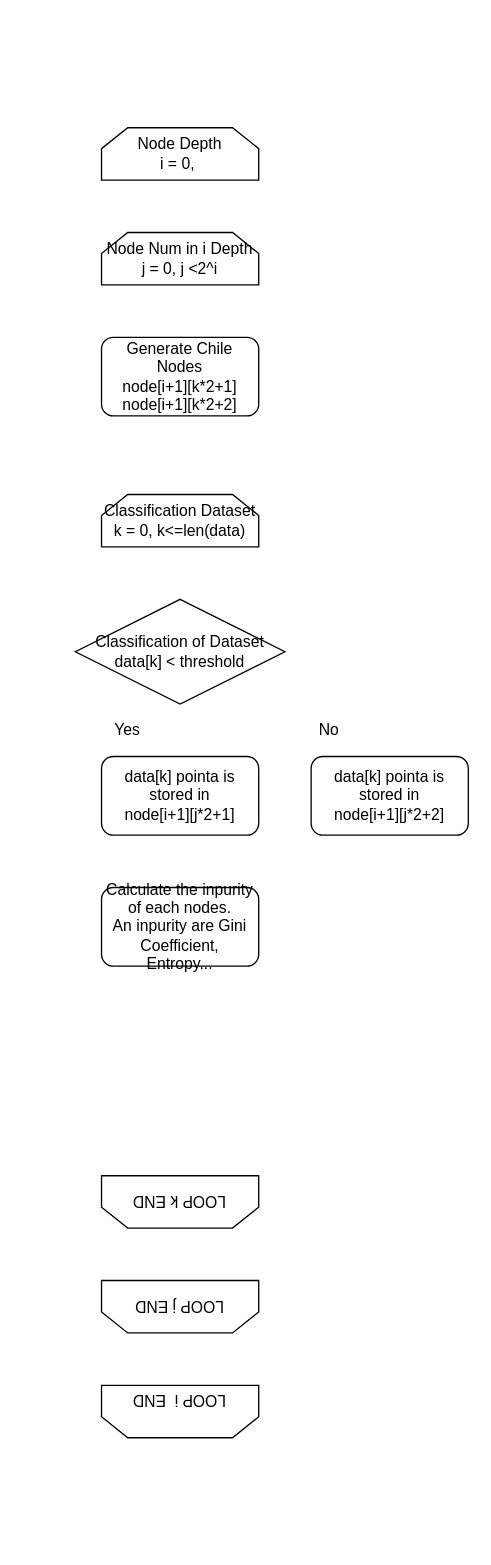
daichi213/golang_ml keeps this draw.io diagram as api/note/decisionTree.drawio. Above is the earlier version. Source tidied: cells renumbered, new cells numbered last; positions are measured from the earlier drawing's top-left corner, leaving out a move shared by most shapes. Both pictures are drawn from the tidied source at 131%, with x=0, y=0 at pixel (75, 127).
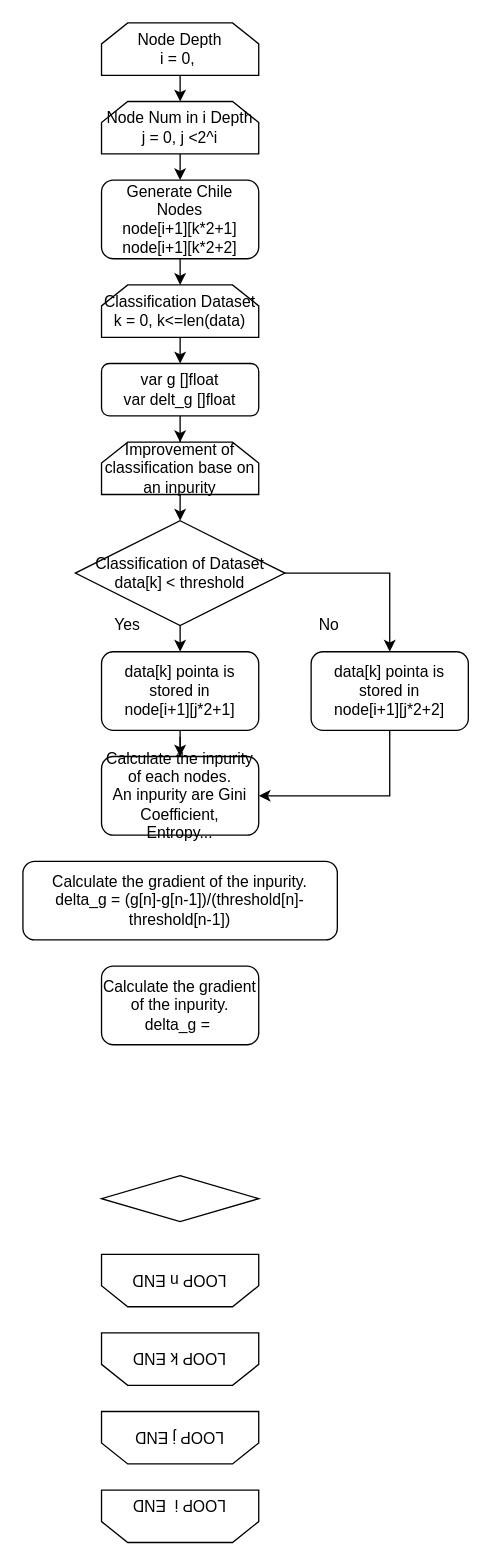
Above is the later version.

Commit message:
flow chat update

Change to the diagram source:
```diff
@@
+    <mxCell id="15" style="edgeStyle=orthogonalEdgeStyle;rounded=0;jettySize=auto;html=1;exitX=0.5;exitY=1;exitDx=0;exitDy=0;entryX=0.5;entryY=0;entryDx=0;entryDy=0;" parent="1" edge="1" source="2" target="8">
+      <mxGeometry relative="1" as="geometry" />
+    </mxCell>
     <mxCell id="2" value="Generate Chile Nodes&lt;br&gt;node[i+1][k*2+1]&lt;br&gt;node[i+1][k*2+2]" style="rounded=1;whiteSpace=wrap;html=1;" parent="1" vertex="1">
-      <mxGeometry x="20" y="160" width="120" height="60" as="geometry" />
+      <mxGeometry x="20" y="40" width="120" height="60" as="geometry" />
     </mxCell>
+    <mxCell id="16" style="edgeStyle=orthogonalEdgeStyle;rounded=0;jettySize=auto;html=1;exitX=0.5;exitY=1;exitDx=0;exitDy=0;entryX=0.5;entryY=0;entryDx=0;entryDy=0;" parent="1" edge="1" source="3" target="5">
+      <mxGeometry relative="1" as="geometry" />
+    </mxCell>
     <mxCell id="3" value="Node Depth&lt;br&gt;i = 0,&amp;nbsp;" style="shape=loopLimit;whiteSpace=wrap;html=1;" parent="1" vertex="1">
-      <mxGeometry x="20" width="120" height="40" as="geometry" />
+      <mxGeometry x="20" y="-80" width="120" height="40" as="geometry" />
     </mxCell>
     <mxCell id="4" value="&lt;br&gt;LOOP i&amp;nbsp; END" style="shape=loopLimit;whiteSpace=wrap;html=1;rotation=-180;" parent="1" vertex="1">
-      <mxGeometry x="20" y="960" width="120" height="40" as="geometry" />
+      <mxGeometry x="20" y="1040" width="120" height="40" as="geometry" />
     </mxCell>
+    <mxCell id="17" style="edgeStyle=orthogonalEdgeStyle;rounded=0;jettySize=auto;html=1;exitX=0.5;exitY=1;exitDx=0;exitDy=0;entryX=0.5;entryY=0;entryDx=0;entryDy=0;" parent="1" edge="1" source="5" target="2">
+      <mxGeometry relative="1" as="geometry" />
+    </mxCell>
     <mxCell id="5" value="Node Num in i Depth&lt;br&gt;j = 0, j &amp;lt;2^i" style="shape=loopLimit;whiteSpace=wrap;html=1;" parent="1" vertex="1">
-      <mxGeometry x="20" y="80" width="120" height="40" as="geometry" />
+      <mxGeometry x="20" y="-20" width="120" height="40" as="geometry" />
     </mxCell>
     <mxCell id="6" value="LOOP j END" style="shape=loopLimit;whiteSpace=wrap;html=1;rotation=-180;" parent="1" vertex="1">
-      <mxGeometry x="20" y="880" width="120" height="40" as="geometry" />
+      <mxGeometry x="20" y="980" width="120" height="40" as="geometry" />
     </mxCell>
+    <mxCell id="18" style="edgeStyle=orthogonalEdgeStyle;rounded=0;jettySize=auto;html=1;exitX=0.5;exitY=1;exitDx=0;exitDy=0;entryX=1;entryY=0.5;entryDx=0;entryDy=0;" parent="1" edge="1" source="7" target="14">
+      <mxGeometry relative="1" as="geometry" />
+    </mxCell>
     <mxCell id="7" value="data[k] pointa is stored in&lt;br&gt;node[i+1][j*2+2]" style="rounded=1;whiteSpace=wrap;html=1;" parent="1" vertex="1">
-      <mxGeometry x="180" y="480" width="120" height="60" as="geometry" />
+      <mxGeometry x="180" y="400" width="120" height="60" as="geometry" />
     </mxCell>
+    <mxCell id="19" style="edgeStyle=orthogonalEdgeStyle;rounded=0;jettySize=auto;html=1;exitX=0.5;exitY=1;exitDx=0;exitDy=0;entryX=0.5;entryY=0;entryDx=0;entryDy=0;" parent="1" edge="1" source="8" target="31">
+      <mxGeometry relative="1" as="geometry" />
+    </mxCell>
     <mxCell id="8" value="Classification Dataset&lt;br&gt;k = 0, k&amp;lt;=len(data)" style="shape=loopLimit;whiteSpace=wrap;html=1;" parent="1" vertex="1">
-      <mxGeometry x="20" y="280" width="120" height="40" as="geometry" />
+      <mxGeometry x="20" y="120" width="120" height="40" as="geometry" />
     </mxCell>
     <mxCell id="9" value="LOOP k END" style="shape=loopLimit;whiteSpace=wrap;html=1;rotation=-180;" parent="1" vertex="1">
-      <mxGeometry x="20" y="800" width="120" height="40" as="geometry" />
+      <mxGeometry x="20" y="920" width="120" height="40" as="geometry" />
     </mxCell>
+    <mxCell id="20" style="edgeStyle=orthogonalEdgeStyle;rounded=0;jettySize=auto;html=1;exitX=0.5;exitY=1;exitDx=0;exitDy=0;entryX=0.5;entryY=0;entryDx=0;entryDy=0;" parent="1" edge="1" source="10">
+      <mxGeometry relative="1" as="geometry">
+        <mxPoint x="80" y="505" as="targetPoint" />
+      </mxGeometry>
+    </mxCell>
     <mxCell id="10" value="data[k] pointa is stored in&lt;br&gt;node[i+1][j*2+1]" style="rounded=1;whiteSpace=wrap;html=1;" parent="1" vertex="1">
-      <mxGeometry x="20" y="480" width="120" height="60" as="geometry" />
+      <mxGeometry x="20" y="400" width="120" height="60" as="geometry" />
     </mxCell>
+    <mxCell id="21" style="edgeStyle=orthogonalEdgeStyle;rounded=0;jettySize=auto;html=1;exitX=1;exitY=0.5;exitDx=0;exitDy=0;entryX=0.5;entryY=0;entryDx=0;entryDy=0;" parent="1" edge="1" source="11" target="7">
+      <mxGeometry relative="1" as="geometry" />
+    </mxCell>
+    <mxCell id="22" style="edgeStyle=orthogonalEdgeStyle;rounded=0;jettySize=auto;html=1;exitX=0.5;exitY=1;exitDx=0;exitDy=0;entryX=0.5;entryY=0;entryDx=0;entryDy=0;" parent="1" edge="1" source="11" target="10">
+      <mxGeometry relative="1" as="geometry" />
+    </mxCell>
     <mxCell id="11" value="&lt;span&gt;Classification of Dataset&lt;/span&gt;&lt;br&gt;&lt;span&gt;data[k] &amp;lt; threshold&lt;/span&gt;" style="rhombus;whiteSpace=wrap;html=1;" parent="1" vertex="1">
-      <mxGeometry y="360" width="160" height="80" as="geometry" />
+      <mxGeometry y="300" width="160" height="80" as="geometry" />
     </mxCell>
     <mxCell id="12" value="Yes" style="text;html=1;strokeColor=none;fillColor=none;align=center;verticalAlign=middle;whiteSpace=wrap;rounded=0;" parent="1" vertex="1">
-      <mxGeometry x="20" y="450" width="40" height="20" as="geometry" />
+      <mxGeometry x="20" y="370" width="40" height="20" as="geometry" />
     </mxCell>
     <mxCell id="13" value="No" style="text;html=1;strokeColor=none;fillColor=none;align=center;verticalAlign=middle;whiteSpace=wrap;rounded=0;" parent="1" vertex="1">
-      <mxGeometry x="174" y="450" width="40" height="20" as="geometry" />
+      <mxGeometry x="174" y="370" width="40" height="20" as="geometry" />
     </mxCell>
     <mxCell id="14" value="Calculate the inpurity of each nodes.&lt;br&gt;An inpurity are Gini Coefficient,&lt;br&gt;Entropy..." style="rounded=1;whiteSpace=wrap;html=1;" parent="1" vertex="1">
-      <mxGeometry x="20" y="580" width="120" height="60" as="geometry" />
+      <mxGeometry x="20" y="480" width="120" height="60" as="geometry" />
     </mxCell>
+    <mxCell id="23" style="edgeStyle=orthogonalEdgeStyle;rounded=0;jettySize=auto;html=1;exitX=0.5;exitY=1;exitDx=0;exitDy=0;entryX=0.5;entryY=0;entryDx=0;entryDy=0;" parent="1" edge="1" target="14">
+      <mxGeometry relative="1" as="geometry">
+        <mxPoint x="80" y="465" as="sourcePoint" />
+      </mxGeometry>
+    </mxCell>
+    <mxCell id="24" style="edgeStyle=orthogonalEdgeStyle;rounded=0;jettySize=auto;html=1;exitX=0.5;exitY=1;exitDx=0;exitDy=0;entryX=0.5;entryY=0;entryDx=0;entryDy=0;" parent="1" edge="1" source="25" target="11">
+      <mxGeometry relative="1" as="geometry" />
+    </mxCell>
+    <mxCell id="25" value="Improvement of classification base on an inpurity" style="shape=loopLimit;whiteSpace=wrap;html=1;" parent="1" vertex="1">
+      <mxGeometry x="20" y="240" width="120" height="40" as="geometry" />
+    </mxCell>
+    <mxCell id="26" value="LOOP n END" style="shape=loopLimit;whiteSpace=wrap;html=1;rotation=-180;" parent="1" vertex="1">
+      <mxGeometry x="20" y="860" width="120" height="40" as="geometry" />
+    </mxCell>
+    <mxCell id="27" style="rhombus;whiteSpace=wrap;html=1;" parent="1" vertex="1">
+      <mxGeometry x="20" y="800" width="120" height="35" as="geometry" />
+    </mxCell>
+    <mxCell id="28" value="Calculate the gradient of the inpurity.&lt;br&gt;delta_g =&amp;nbsp;" style="rounded=1;whiteSpace=wrap;html=1;" parent="1" vertex="1">
+      <mxGeometry x="20" y="640" width="120" height="60" as="geometry" />
+    </mxCell>
+    <mxCell id="29" value="Calculate the gradient of the inpurity.&lt;br&gt;delta_g = (g[n]-g[n-1])/(threshold[n]-threshold[n-1])" style="rounded=1;whiteSpace=wrap;html=1;" parent="1" vertex="1">
+      <mxGeometry x="-40" y="560" width="240" height="60" as="geometry" />
+    </mxCell>
+    <mxCell id="30" style="edgeStyle=orthogonalEdgeStyle;rounded=0;jettySize=auto;html=1;" parent="1" edge="1" source="31" target="25">
+      <mxGeometry relative="1" as="geometry" />
+    </mxCell>
+    <mxCell id="31" value="var g []float&lt;br&gt;var delt_g []float" style="rounded=1;whiteSpace=wrap;html=1;" parent="1" vertex="1">
+      <mxGeometry x="20" y="180" width="120" height="40" as="geometry" />
+    </mxCell>
```
